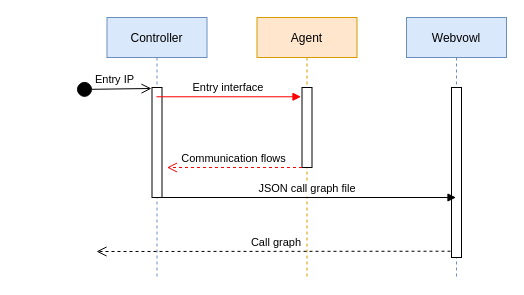
Above: page "capture file" (3 of 4) of diagrams/DyMonD Sequence Diagrams.drawio in aaronlohner/DyMonD (draw.io), before the change. Source tidied: cells renumbered, new cells numbered last; positions are measured from the earlier drawing's top-left corner, leaving out a move shared by most shapes. Both pictures are drawn from the tidied source at 100%, with x=0, y=0 at pixel (76, 17).
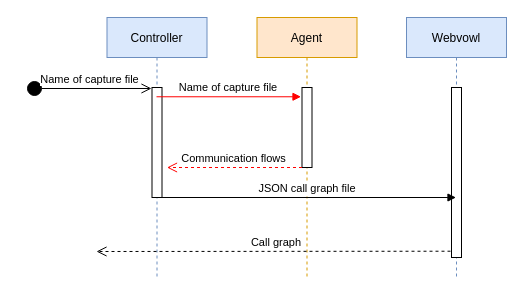
The same page after the edit.

The edit, as a diff of the source:
```diff
@@
 <mxGraphModel>
   <root>
     <mxCell id="0" />
     <mxCell id="1" parent="0" />
     <mxCell id="2" value="Controller" style="shape=umlLifeline;perimeter=lifelinePerimeter;rounded=0;shadow=0;strokeWidth=1;fillColor=#dae8fc;strokeColor=#6c8ebf;" parent="1" vertex="1">
       <mxGeometry x="30.5" width="100" height="260" as="geometry" />
     </mxCell>
     <mxCell id="3" style="points=[];perimeter=orthogonalPerimeter;rounded=0;shadow=0;strokeWidth=1;" parent="2" vertex="1">
       <mxGeometry x="45" y="70" width="10" height="110" as="geometry" />
     </mxCell>
     <mxCell id="4" value="Agent" style="shape=umlLifeline;perimeter=lifelinePerimeter;rounded=0;shadow=0;strokeWidth=1;fillColor=#ffe6cc;strokeColor=#d79b00;" parent="1" vertex="1">
       <mxGeometry x="180.5" width="100" height="260" as="geometry" />
     </mxCell>
     <mxCell id="5" style="points=[];perimeter=orthogonalPerimeter;rounded=0;shadow=0;strokeWidth=1;" parent="4" vertex="1">
       <mxGeometry x="45" y="70" width="10" height="80" as="geometry" />
     </mxCell>
-    <mxCell id="6" value="Entry interface" style="verticalAlign=bottom;endArrow=block;shadow=0;strokeWidth=1;entryX=-0.1;entryY=0.116;entryDx=0;entryDy=0;entryPerimeter=0;strokeColor=#FF0000;" parent="1" edge="1" source="2" target="5">
+    <mxCell id="6" value="Name of capture file" style="verticalAlign=bottom;endArrow=block;shadow=0;strokeWidth=1;entryX=-0.1;entryY=0.116;entryDx=0;entryDy=0;entryPerimeter=0;strokeColor=#FF0000;" parent="1" edge="1" source="2" target="5">
       <mxGeometry relative="1" as="geometry" />
     </mxCell>
     <mxCell id="7" value="Communication flows" style="verticalAlign=bottom;endArrow=open;dashed=1;endSize=8;shadow=0;strokeWidth=1;strokeColor=#FF0000;" parent="1" edge="1" source="5">
       <mxGeometry relative="1" as="geometry">
         <mxPoint x="90.5" y="150" as="targetPoint" />
       </mxGeometry>
     </mxCell>
     <mxCell id="8" value="Call graph" style="verticalAlign=bottom;endArrow=open;dashed=1;endSize=8;shadow=0;strokeWidth=1;exitX=0.5;exitY=0.963;exitDx=0;exitDy=0;exitPerimeter=0;" parent="1" edge="1" source="11">
       <mxGeometry relative="1" as="geometry">
         <mxPoint x="20" y="234" as="targetPoint" />
       </mxGeometry>
     </mxCell>
-    <mxCell id="9" value="Entry IP" style="html=1;verticalAlign=bottom;startArrow=circle;startFill=1;endArrow=open;startSize=6;endSize=8;entryX=-0.05;entryY=0.009;entryDx=0;entryDy=0;entryPerimeter=0;" parent="1" edge="1" target="3">
+    <mxCell id="9" value="Name of capture file" style="html=1;verticalAlign=bottom;startArrow=circle;startFill=1;endArrow=open;startSize=6;endSize=8;entryX=-0.05;entryY=0.009;entryDx=0;entryDy=0;entryPerimeter=0;" parent="1" edge="1" target="3">
       <mxGeometry relative="1" as="geometry">
-        <mxPoint y="72" as="sourcePoint" />
+        <mxPoint x="-50" y="71" as="sourcePoint" />
       </mxGeometry>
     </mxCell>
     <mxCell id="10" value="Webvowl" style="shape=umlLifeline;perimeter=lifelinePerimeter;rounded=0;shadow=0;strokeWidth=1;fillColor=#dae8fc;strokeColor=#6c8ebf;" parent="1" vertex="1">
       <mxGeometry x="330" width="100" height="260" as="geometry" />
     </mxCell>
     <mxCell id="11" style="points=[];perimeter=orthogonalPerimeter;rounded=0;shadow=0;strokeWidth=1;" parent="10" vertex="1">
       <mxGeometry x="45" y="70" width="10" height="170" as="geometry" />
     </mxCell>
     <mxCell id="12" value="JSON call graph file" style="verticalAlign=bottom;endArrow=block;shadow=0;strokeWidth=1;exitX=0.65;exitY=1;exitDx=0;exitDy=0;exitPerimeter=0;" parent="1" edge="1" source="3" target="10">
       <mxGeometry relative="1" as="geometry" />
     </mxCell>
   </root>
 </mxGraphModel>
```
